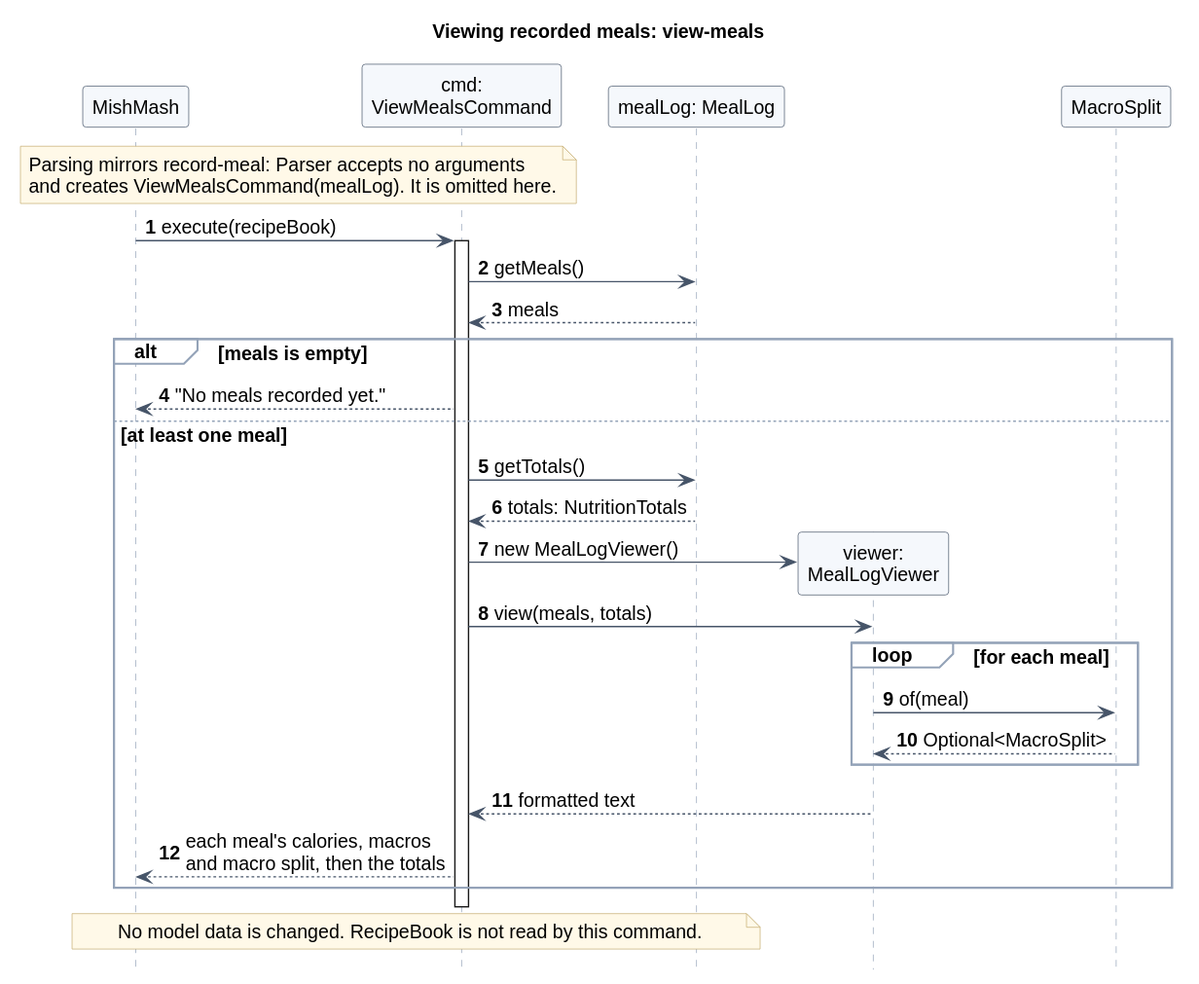
Earlier version of the PlantUML export docs/images/record-meal/view-meals.svg (AY2627S1-CS2113-W13-4/tp).
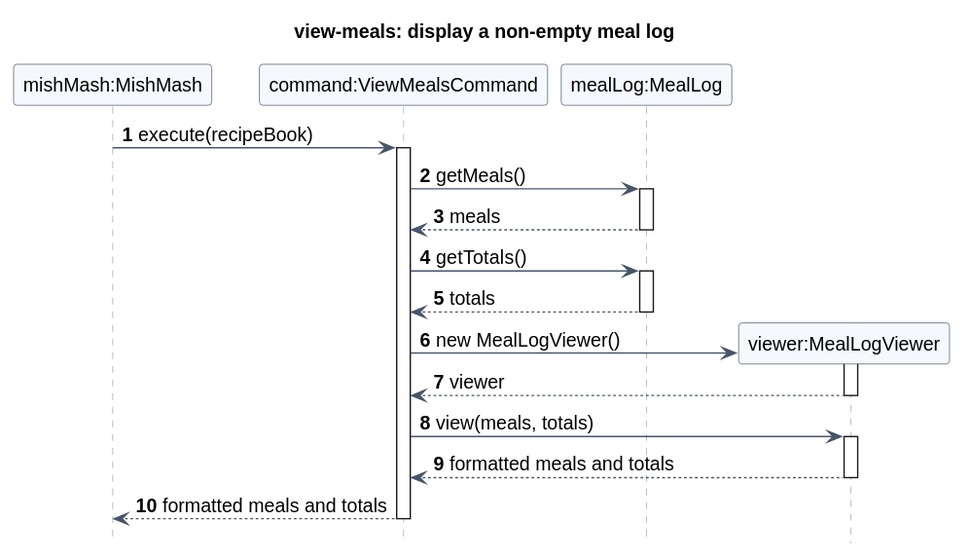
After the change.

The edit, as a diff of the source:
```diff
@@ -1,40 +1,32 @@
 @startuml
 !include style.iuml
-title Viewing recorded meals: view-meals
+title view-meals: display a non-empty meal log
 autonumber
 
-participant "MishMash" as App
-participant "cmd:\nViewMealsCommand" as Cmd
-participant "mealLog: MealLog" as Log
-participant "viewer:\nMealLogViewer" as Viewer
-participant "MacroSplit" as Split
+participant "mishMash:MishMash" as App
+participant "command:ViewMealsCommand" as Command
+participant "mealLog:MealLog" as Log
+participant "viewer:MealLogViewer" as Viewer
 
-note over App, Cmd
-  Parsing mirrors record-meal: Parser accepts no arguments
-  and creates ViewMealsCommand(mealLog). It is omitted here.
-end note
-
-App -> Cmd : execute(recipeBook)
-activate Cmd
-Cmd -> Log : getMeals()
-Log --> Cmd : meals
-alt meals is empty
-  Cmd --> App : "No meals recorded yet."
-else at least one meal
-  Cmd -> Log : getTotals()
-  Log --> Cmd : totals: NutritionTotals
-  create Viewer
-  Cmd -> Viewer : new MealLogViewer()
-  Cmd -> Viewer : view(meals, totals)
-  loop for each meal
-    Viewer -> Split : of(meal)
-    Split --> Viewer : Optional<MacroSplit>
-  end
-  Viewer --> Cmd : formatted text
-  Cmd --> App : each meal's calories, macros\nand macro split, then the totals
-end
-deactivate Cmd
-note over App, Log
-  No model data is changed. RecipeBook is not read by this command.
-end note
+App -> Command : execute(recipeBook)
+activate Command
+Command -> Log : getMeals()
+activate Log
+Log --> Command : meals
+deactivate Log
+Command -> Log : getTotals()
+activate Log
+Log --> Command : totals
+deactivate Log
+create Viewer
+Command -> Viewer : new MealLogViewer()
+activate Viewer
+Viewer --> Command : viewer
+deactivate Viewer
+Command -> Viewer : view(meals, totals)
+activate Viewer
+Viewer --> Command : formatted meals and totals
+deactivate Viewer
+Command --> App : formatted meals and totals
+deactivate Command
 @enduml
```
